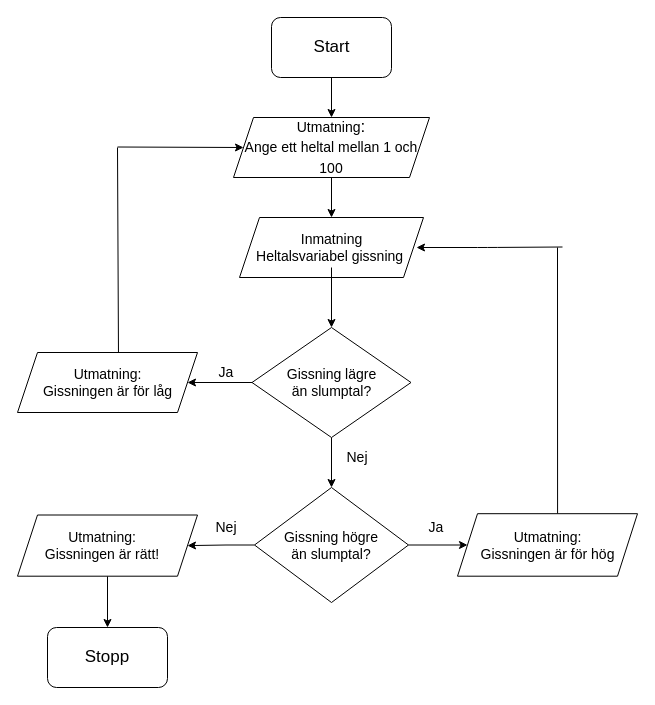
Before: Untitled Diagram.drawio in ida03/Test, a draw.io diagram. Source tidied: cells renumbered, new cells numbered last; positions are measured from the earlier drawing's top-left corner, leaving out a move shared by most shapes. Both pictures are drawn from the tidied source at 100%, with x=0, y=0 at pixel (17, 17).
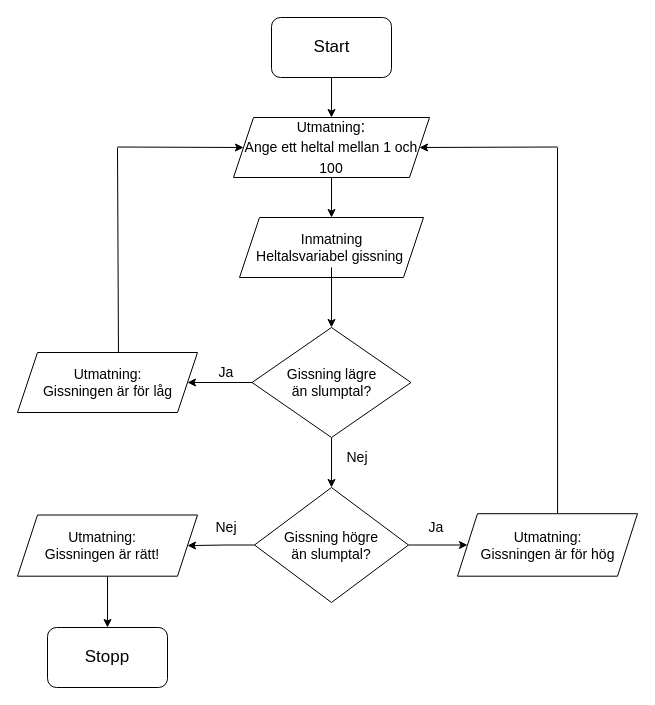
The same page after the edit.

Unchanged cells that the change refers to:
```xml
<mxCell id="6" value="&lt;font style=&quot;font-size: 14px&quot;&gt;Utmatning&lt;/font&gt;:&lt;br&gt;&lt;font style=&quot;font-size: 14px&quot;&gt;Ange ett heltal mellan 1 och 100&lt;/font&gt;" style="shape=parallelogram;perimeter=parallelogramPerimeter;whiteSpace=wrap;html=1;fixedSize=1;fontSize=17;" parent="1" vertex="1">
  <mxGeometry x="216" y="100" width="196" height="60" as="geometry" />
</mxCell>
<mxCell id="9" value="Inmatning&lt;br&gt;Heltalsvariabel gissning&amp;nbsp;" style="text;html=1;align=center;verticalAlign=middle;points=[];fillColor=none;strokeColor=none;rounded=0;fontSize=14;" parent="1" vertex="1">
  <mxGeometry x="229" y="210" width="170" height="40" as="geometry" />
</mxCell>
<mxCell id="24" style="shape=parallelogram;perimeter=parallelogramPerimeter;whiteSpace=wrap;html=1;fixedSize=1;fontSize=14;" parent="1" vertex="1">
  <mxGeometry x="440" y="496.2" width="180" height="62.5" as="geometry" />
</mxCell>
```

Diff of the diagram source:
```diff
@@
     <mxCell id="27" style="endArrow=none;html=1;fontSize=14;exitX=0.556;exitY=-0.004;exitDx=0;exitDy=0;exitPerimeter=0;" parent="1" edge="1" source="24">
       <mxGeometry relative="1" as="geometry">
-        <mxPoint x="540" y="230" as="targetPoint" />
+        <mxPoint x="540" y="130" as="targetPoint" />
       </mxGeometry>
     </mxCell>
-    <mxCell id="28" style="endArrow=classic;html=1;fontSize=14;" parent="1" edge="1" target="9">
-      <mxGeometry relative="1" as="geometry">
-        <mxPoint x="545" y="229.5" as="sourcePoint" />
-        <Array as="points">
-          <mxPoint x="470" y="230" />
-        </Array>
-      </mxGeometry>
-    </mxCell>
@@
+    <mxCell id="35" style="endArrow=classic;html=1;entryX=1;entryY=0.5;entryDx=0;entryDy=0;" parent="1" edge="1" target="6">
+      <mxGeometry relative="1" as="geometry">
+        <mxPoint x="540" y="129.5" as="sourcePoint" />
+      </mxGeometry>
+    </mxCell>
```
